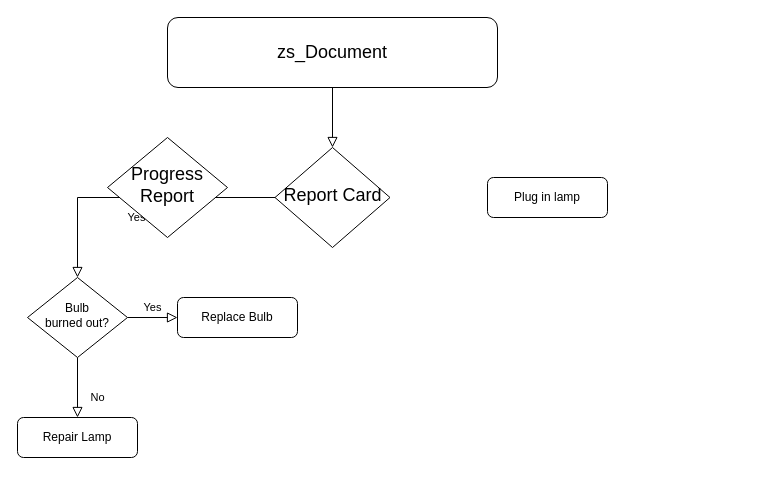
The draw.io diagram Untitled Diagram.drawio in phoebeazucena/phoebeazucena, before the edit. Source tidied: cells renumbered, new cells numbered last; positions are measured from the earlier drawing's top-left corner, leaving out a move shared by most shapes. Both pictures are drawn from the tidied source at 100%, with x=0, y=0 at pixel (17, 17).
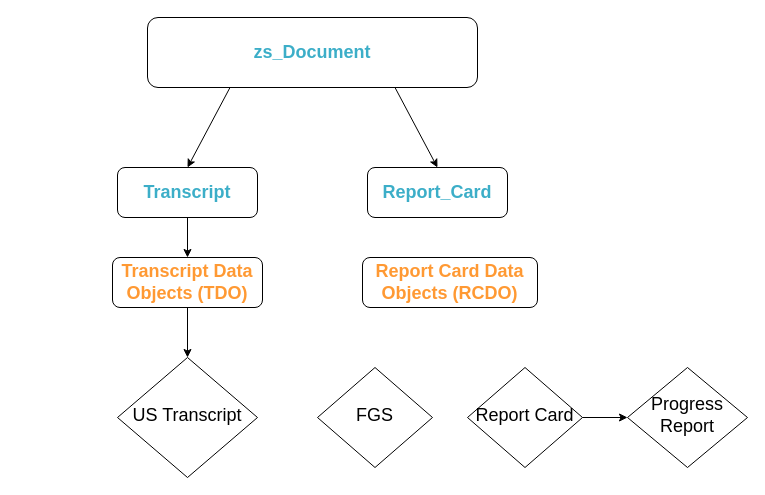
The same diagram, later.

What changed in the source:
```diff
@@
 <mxGraphModel>
   <root>
     <mxCell id="0" />
     <mxCell id="1" parent="0" />
-    <mxCell id="2" style="rounded=0;html=1;jettySize=auto;fontSize=11;endArrow=block;endFill=0;endSize=8;strokeWidth=1;shadow=0;labelBackgroundColor=none;edgeStyle=orthogonalEdgeStyle;" parent="1" edge="1" source="3" target="5">
-      <mxGeometry relative="1" as="geometry" />
-    </mxCell>
-    <mxCell id="3" value="&lt;font style=&quot;font-size: 18px;&quot;&gt;zs_Document&lt;/font&gt;" style="rounded=1;whiteSpace=wrap;html=1;fontSize=12;glass=0;strokeWidth=1;shadow=0;" parent="1" vertex="1">
-      <mxGeometry x="150" width="330" height="70" as="geometry" />
+    <mxCell id="3" value="&lt;font color=&quot;#3caec8&quot; style=&quot;font-size: 18px;&quot;&gt;&lt;b style=&quot;&quot;&gt;zs_Document&lt;/b&gt;&lt;/font&gt;" style="rounded=1;whiteSpace=wrap;html=1;fontSize=12;glass=0;strokeWidth=1;shadow=0;" parent="1" vertex="1">
+      <mxGeometry x="130" width="330" height="70" as="geometry" />
     </mxCell>
-    <mxCell id="4" value="Yes" style="rounded=0;html=1;jettySize=auto;fontSize=11;endArrow=block;endFill=0;endSize=8;strokeWidth=1;shadow=0;labelBackgroundColor=none;edgeStyle=orthogonalEdgeStyle;" parent="1" edge="1" source="5" target="9">
-      <mxGeometry y="20" relative="1" as="geometry" />
-    </mxCell>
     <mxCell id="5" value="&lt;font style=&quot;font-size: 18px;&quot;&gt;Report Card&lt;/font&gt;" style="rhombus;whiteSpace=wrap;html=1;shadow=0;fontFamily=Helvetica;fontSize=12;align=center;strokeWidth=1;spacing=6;spacingTop=-4;" parent="1" vertex="1">
-      <mxGeometry x="257.5" y="130" width="115" height="100" as="geometry" />
+      <mxGeometry x="450" y="350" width="115" height="100" as="geometry" />
     </mxCell>
-    <mxCell id="6" value="Plug in lamp" style="rounded=1;whiteSpace=wrap;html=1;fontSize=12;glass=0;strokeWidth=1;shadow=0;" parent="1" vertex="1">
-      <mxGeometry x="470" y="160" width="120" height="40" as="geometry" />
+    <mxCell id="6" value="&lt;font color=&quot;#3caec8&quot; style=&quot;font-size: 18px;&quot;&gt;&lt;b&gt;Report_Card&lt;/b&gt;&lt;/font&gt;" style="rounded=1;whiteSpace=wrap;html=1;fontSize=12;glass=0;strokeWidth=1;shadow=0;" parent="1" vertex="1">
+      <mxGeometry x="350" y="150" width="140" height="50" as="geometry" />
     </mxCell>
-    <mxCell id="7" value="No" style="rounded=0;html=1;jettySize=auto;fontSize=11;endArrow=block;endFill=0;endSize=8;strokeWidth=1;shadow=0;labelBackgroundColor=none;edgeStyle=orthogonalEdgeStyle;" parent="1" edge="1" source="9" target="10">
-      <mxGeometry x="0.33" y="20" relative="1" as="geometry" />
-    </mxCell>
-    <mxCell id="8" value="Yes" style="edgeStyle=orthogonalEdgeStyle;rounded=0;html=1;jettySize=auto;fontSize=11;endArrow=block;endFill=0;endSize=8;strokeWidth=1;shadow=0;labelBackgroundColor=none;" parent="1" edge="1" source="9" target="11">
-      <mxGeometry y="10" relative="1" as="geometry" />
-    </mxCell>
-    <mxCell id="9" value="Bulb&lt;br&gt;burned out?" style="rhombus;whiteSpace=wrap;html=1;shadow=0;fontFamily=Helvetica;fontSize=12;align=center;strokeWidth=1;spacing=6;spacingTop=-4;" parent="1" vertex="1">
-      <mxGeometry x="10" y="260" width="100" height="80" as="geometry" />
+    <mxCell id="9" value="&lt;font style=&quot;font-size: 18px;&quot;&gt;US Transcript&lt;/font&gt;" style="rhombus;whiteSpace=wrap;html=1;shadow=0;fontFamily=Helvetica;fontSize=12;align=center;strokeWidth=1;spacing=6;spacingTop=-4;" parent="1" vertex="1">
+      <mxGeometry x="100" y="340" width="140" height="120" as="geometry" />
     </mxCell>
-    <mxCell id="10" value="Repair Lamp" style="rounded=1;whiteSpace=wrap;html=1;fontSize=12;glass=0;strokeWidth=1;shadow=0;" parent="1" vertex="1">
-      <mxGeometry y="400" width="120" height="40" as="geometry" />
-    </mxCell>
-    <mxCell id="11" value="Replace Bulb" style="rounded=1;whiteSpace=wrap;html=1;fontSize=12;glass=0;strokeWidth=1;shadow=0;" parent="1" vertex="1">
-      <mxGeometry x="160" y="280" width="120" height="40" as="geometry" />
-    </mxCell>
     <mxCell id="12" value="&lt;font style=&quot;font-size: 18px;&quot;&gt;Progress Report&lt;/font&gt;" style="rhombus;whiteSpace=wrap;html=1;shadow=0;fontFamily=Helvetica;fontSize=12;align=center;strokeWidth=1;spacing=6;spacingTop=-4;" parent="1" vertex="1">
-      <mxGeometry x="90" y="120" width="120" height="100" as="geometry" />
+      <mxGeometry x="610" y="350" width="120" height="100" as="geometry" />
     </mxCell>
+    <mxCell id="13" style="endArrow=classic;html=1;rounded=0;fontSize=18;exitX=1;exitY=0.5;exitDx=0;exitDy=0;" parent="1" edge="1" source="5" target="12">
+      <mxGeometry relative="1" as="geometry" />
+    </mxCell>
+    <mxCell id="14" value="&lt;font color=&quot;#3caec8&quot; style=&quot;font-size: 18px;&quot;&gt;&lt;b&gt;Transcript&lt;/b&gt;&lt;/font&gt;" style="rounded=1;whiteSpace=wrap;html=1;fontSize=12;glass=0;strokeWidth=1;shadow=0;" parent="1" vertex="1">
+      <mxGeometry x="100" y="150" width="140" height="50" as="geometry" />
+    </mxCell>
+    <mxCell id="15" style="endArrow=classic;html=1;rounded=0;fontSize=18;fontColor=#3CAEC8;exitX=0.5;exitY=1;exitDx=0;exitDy=0;" parent="1" edge="1" source="14">
+      <mxGeometry relative="1" as="geometry">
+        <mxPoint x="170" y="240" as="targetPoint" />
+      </mxGeometry>
+    </mxCell>
+    <mxCell id="16" style="endArrow=classic;html=1;rounded=0;fontSize=18;fontColor=#3CAEC8;exitX=0.75;exitY=1;exitDx=0;exitDy=0;entryX=0.5;entryY=0;entryDx=0;entryDy=0;" parent="1" edge="1" source="3" target="6">
+      <mxGeometry relative="1" as="geometry" />
+    </mxCell>
+    <mxCell id="17" style="endArrow=classic;html=1;rounded=0;fontSize=18;fontColor=#3CAEC8;exitX=0.25;exitY=1;exitDx=0;exitDy=0;entryX=0.5;entryY=0;entryDx=0;entryDy=0;" parent="1" edge="1" source="3" target="14">
+      <mxGeometry relative="1" as="geometry" />
+    </mxCell>
+    <mxCell id="18" value="&lt;font style=&quot;font-size: 18px;&quot;&gt;FGS&lt;/font&gt;" style="rhombus;whiteSpace=wrap;html=1;shadow=0;fontFamily=Helvetica;fontSize=12;align=center;strokeWidth=1;spacing=6;spacingTop=-4;" parent="1" vertex="1">
+      <mxGeometry x="300" y="350" width="115" height="100" as="geometry" />
+    </mxCell>
+    <mxCell id="19" value="&lt;font color=&quot;#ff9933&quot; style=&quot;font-size: 18px;&quot;&gt;&lt;b style=&quot;&quot;&gt;Transcript Data Objects (TDO)&lt;/b&gt;&lt;/font&gt;" style="rounded=1;whiteSpace=wrap;html=1;fontSize=12;glass=0;strokeWidth=1;shadow=0;" parent="1" vertex="1">
+      <mxGeometry x="95" y="240" width="150" height="50" as="geometry" />
+    </mxCell>
+    <mxCell id="20" value="&lt;font color=&quot;#ff9933&quot; style=&quot;font-size: 18px;&quot;&gt;&lt;b style=&quot;&quot;&gt;Report Card Data Objects (RCDO)&lt;/b&gt;&lt;/font&gt;" style="rounded=1;whiteSpace=wrap;html=1;fontSize=12;glass=0;strokeWidth=1;shadow=0;" parent="1" vertex="1">
+      <mxGeometry x="345" y="240" width="175" height="50" as="geometry" />
+    </mxCell>
+    <mxCell id="21" style="endArrow=classic;html=1;rounded=0;fontSize=18;fontColor=#FF9933;exitX=0.5;exitY=1;exitDx=0;exitDy=0;" parent="1" edge="1" source="19" target="9">
+      <mxGeometry relative="1" as="geometry" />
+    </mxCell>
   </root>
 </mxGraphModel>
```
